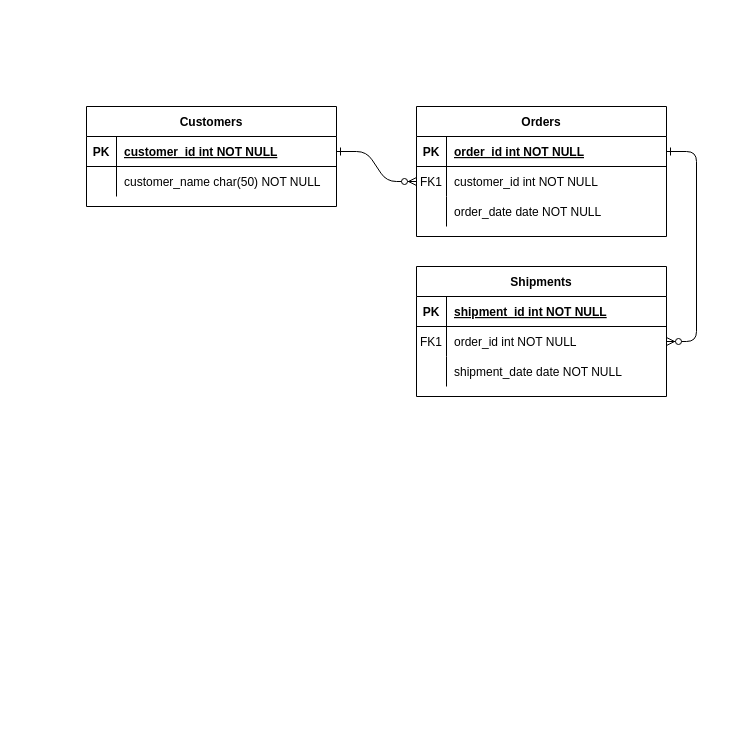
Before: src/main/java/ru/vdv/Диаграмма без названия.drawio in Scruner/Obsidian, a draw.io diagram. Source tidied: cells renumbered, new cells numbered last; positions are measured from the earlier drawing's top-left corner, leaving out a move shared by most shapes. Both pictures are drawn from the tidied source at 100%, with x=0, y=0 at pixel (86, 106).
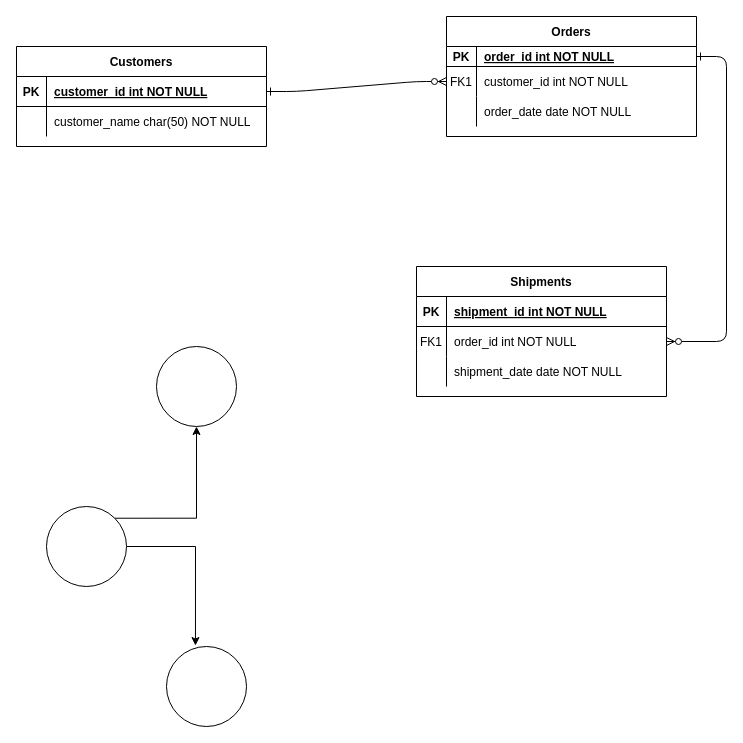
The same diagram, later.

Change to the diagram source:
```diff
@@
     <mxCell id="4" value="Orders" style="shape=table;startSize=30;childLayout=tableLayout;rowLines=0;fontStyle=1;align=center;" parent="1" vertex="1">
-      <mxGeometry x="330" width="250" height="130" as="geometry" />
+      <mxGeometry x="360" y="-90" width="250" height="120" as="geometry" />
     </mxCell>
     <mxCell id="5" style="shape=partialRectangle;fillColor=none;points=[[0,0.5],[1,0.5]];portConstraint=eastwest;top=0;left=0;right=0;bottom=1;" parent="4" vertex="1">
-      <mxGeometry y="30" width="250" height="30" as="geometry" />
+      <mxGeometry y="30" width="250" height="20" as="geometry" />
     </mxCell>
     <mxCell id="6" value="PK" style="shape=partialRectangle;overflow=hidden;fillColor=none;top=0;left=0;bottom=0;right=0;fontStyle=1;" parent="5" vertex="1">
-      <mxGeometry width="30" height="30" as="geometry" />
+      <mxGeometry width="30" height="20" as="geometry" />
     </mxCell>
     <mxCell id="7" value="order_id int NOT NULL " style="shape=partialRectangle;overflow=hidden;fillColor=none;top=0;left=0;bottom=0;right=0;align=left;spacingLeft=6;fontStyle=5;" parent="5" vertex="1">
-      <mxGeometry x="30" width="220" height="30" as="geometry" />
+      <mxGeometry x="30" width="220" height="20" as="geometry" />
     </mxCell>
     <mxCell id="8" style="shape=partialRectangle;fillColor=none;points=[[0,0.5],[1,0.5]];portConstraint=eastwest;top=0;left=0;right=0;bottom=0;" parent="4" vertex="1">
-      <mxGeometry y="60" width="250" height="30" as="geometry" />
+      <mxGeometry y="50" width="250" height="30" as="geometry" />
     </mxCell>
@@
     <mxCell id="11" style="shape=partialRectangle;fillColor=none;top=0;left=0;right=0;bottom=0;" parent="4" vertex="1">
-      <mxGeometry y="90" width="250" height="30" as="geometry" />
+      <mxGeometry y="80" width="250" height="30" as="geometry" />
     </mxCell>
@@
     <mxCell id="24" value="Customers" style="shape=table;startSize=30;childLayout=tableLayout;rowLines=0;fontStyle=1;align=center;" parent="1" vertex="1">
-      <mxGeometry width="250" height="100" as="geometry" />
+      <mxGeometry x="-70" y="-60" width="250" height="100" as="geometry" />
     </mxCell>
@@
+    <mxCell id="31" style="edgeStyle=orthogonalEdgeStyle;rounded=0;jettySize=auto;html=1;exitX=1;exitY=0;exitDx=0;exitDy=0;" parent="1" edge="1" source="33" target="35">
+      <mxGeometry relative="1" as="geometry" />
+    </mxCell>
+    <mxCell id="32" style="edgeStyle=orthogonalEdgeStyle;rounded=0;jettySize=auto;html=1;entryX=-0.012;entryY=0.638;entryDx=0;entryDy=0;entryPerimeter=0;" parent="1" edge="1" source="33" target="34">
+      <mxGeometry relative="1" as="geometry" />
+    </mxCell>
+    <mxCell id="33" style="ellipse;whiteSpace=wrap;html=1;" parent="1" vertex="1">
+      <mxGeometry x="-40" y="400" width="80" height="80" as="geometry" />
+    </mxCell>
+    <mxCell id="34" style="ellipse;whiteSpace=wrap;html=1;direction=south;" parent="1" vertex="1">
+      <mxGeometry x="80" y="540" width="80" height="80" as="geometry" />
+    </mxCell>
+    <mxCell id="35" style="ellipse;whiteSpace=wrap;html=1;" parent="1" vertex="1">
+      <mxGeometry x="70" y="240" width="80" height="80" as="geometry" />
+    </mxCell>
```
